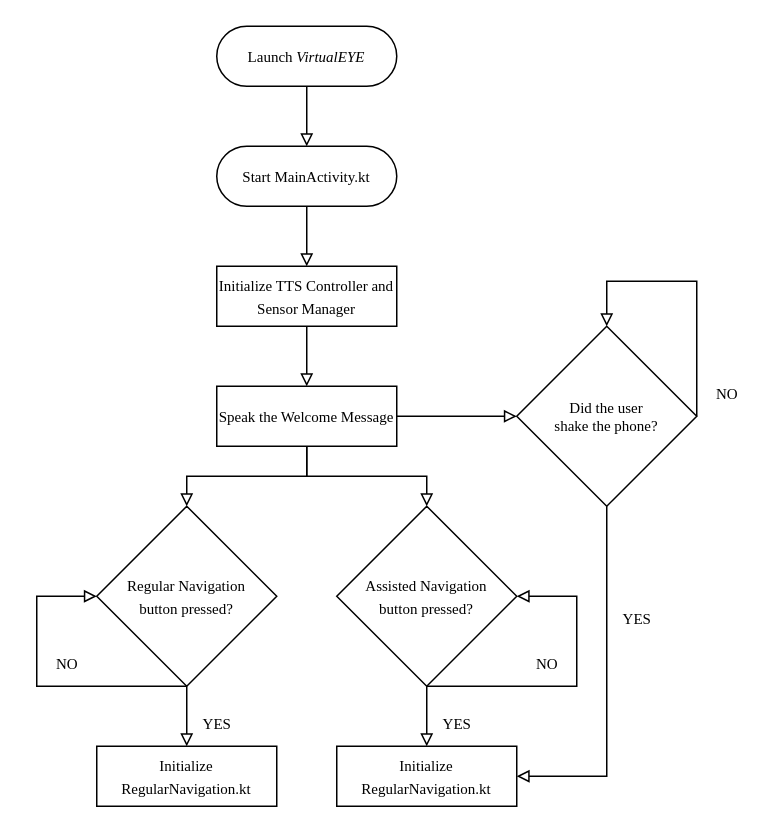
Before: Diagrams/Editable/MainActivity.drawio in aish21/VirtualEYE, a draw.io diagram. Source tidied: cells renumbered, new cells numbered last; positions are measured from the earlier drawing's top-left corner, leaving out a move shared by most shapes. Both pictures are drawn from the tidied source at 150%, with x=0, y=0 at pixel (36, 26).
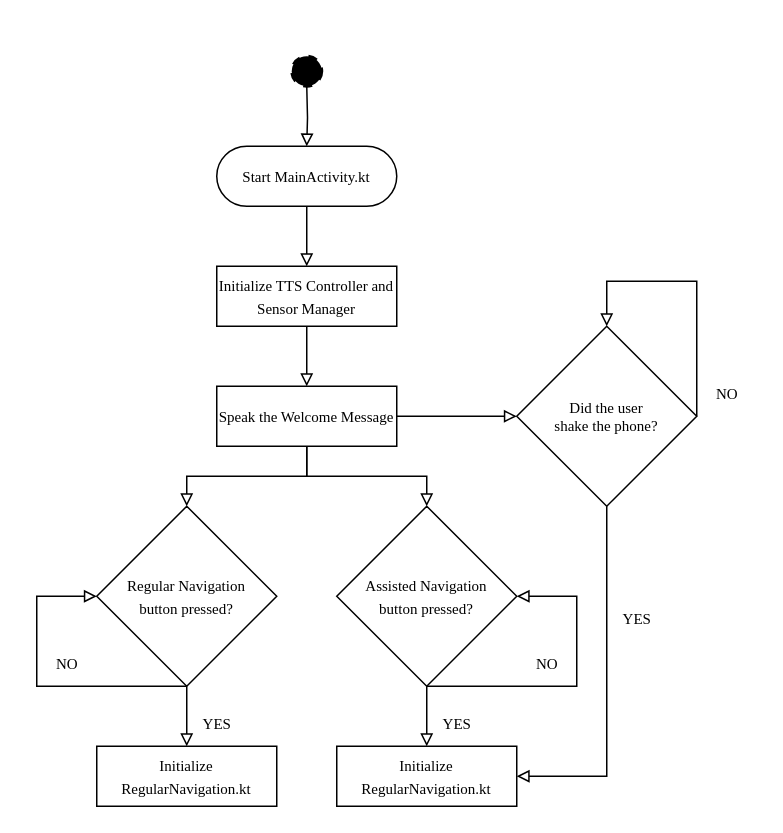
After the change.

Commit message (it also covers changes not shown here):
Add sequence diagrams

The change refers to these unchanged cells:
```xml
<mxCell id="5" value="&lt;font size=&quot;1&quot; face=&quot;Times New Roman&quot;&gt;Start MainActivity.kt&lt;/font&gt;" style="rounded=1;whiteSpace=wrap;html=1;fontSize=12;glass=0;strokeWidth=1;shadow=0;arcSize=50;" parent="1" vertex="1">
  <mxGeometry x="120" y="80" width="120" height="40" as="geometry" />
</mxCell>
```

The edit, as a diff of the source:
```diff
@@
-    <mxCell id="2" style="edgeStyle=orthogonalEdgeStyle;rounded=0;jettySize=auto;html=1;fontFamily=Times New Roman;fontSize=10;endArrow=block;endFill=0;" parent="1" edge="1" source="3" target="5">
-      <mxGeometry relative="1" as="geometry" />
+    <mxCell id="2" style="edgeStyle=orthogonalEdgeStyle;rounded=0;jettySize=auto;html=1;fontFamily=Times New Roman;fontSize=10;endArrow=block;endFill=0;" parent="1" edge="1" target="5">
+      <mxGeometry relative="1" as="geometry">
+        <mxPoint x="180" y="40" as="sourcePoint" />
+      </mxGeometry>
     </mxCell>
-    <mxCell id="3" value="&lt;font style=&quot;font-size: 10px;&quot; face=&quot;Times New Roman&quot;&gt;Launch &lt;i style=&quot;&quot;&gt;VirtualEYE&lt;/i&gt;&lt;/font&gt;" style="rounded=1;whiteSpace=wrap;html=1;fontSize=12;glass=0;strokeWidth=1;shadow=0;arcSize=50;" parent="1" vertex="1">
-      <mxGeometry x="120" width="120" height="40" as="geometry" />
-    </mxCell>
@@
+    <mxCell id="29" style="ellipse;whiteSpace=wrap;html=1;dashed=1;strokeWidth=2;fontSize=12;fontColor=#000000;fillColor=#000000;" parent="1" vertex="1">
+      <mxGeometry x="170" y="20" width="20" height="20" as="geometry" />
+    </mxCell>
```
